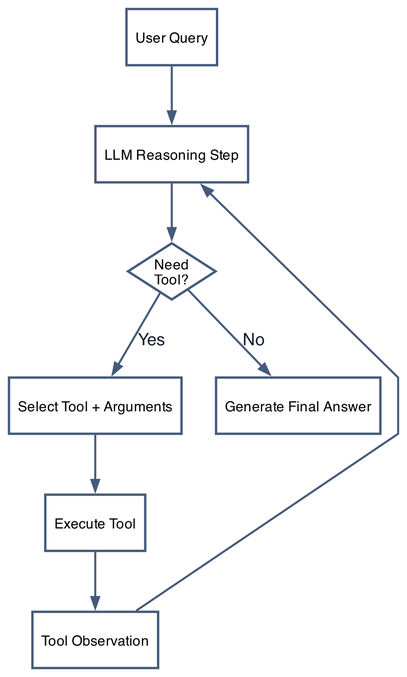
This is assets/diagram_tool_flow.png from quiznat/tot-hf-survey-artifacts, a Graphviz export, as it was before one commit. Its source is kept beside it as assets/diagram_tool_flow.dot.
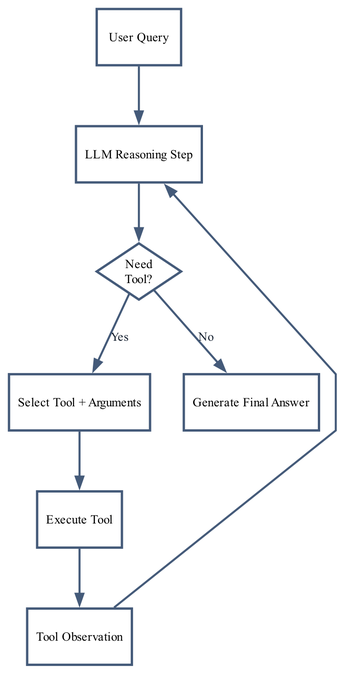
The same diagram one commit later.

Diff of the diagram source:
```diff
@@ -1,11 +1,11 @@
 digraph G {
-  graph [bgcolor="#ffffff", pad="0.06", nodesep="0.34", ranksep="0.50", splines="polyline", fontname="Helvetica", fontcolor="#162130", margin="0.02", rankdir="TB", ranksep="0.52", nodesep="0.30"];
-  node [shape="box", style="filled", fillcolor="#ffffff", color="#445a79", penwidth="1.5", fontname="Helvetica", fontsize="9", margin="0.08,0.06"];
-  edge [color="#445a79", penwidth="1.3", arrowsize="0.70", fontname="Helvetica", fontsize="11", fontcolor="#162130"];
+  graph [bgcolor="#ffffff", pad="0.06", nodesep="0.34", ranksep="0.50", splines="polyline", fontname="Times-Roman", fontcolor="#162130", margin="0.02", rankdir="TB", ranksep="0.52", nodesep="0.30"];
+  node [shape="box", style="filled", fillcolor="#ffffff", color="#445a79", penwidth="1.5", fontname="Times-Roman", fontsize="8", margin="0.08,0.06"];
+  edge [color="#445a79", penwidth="1.3", arrowsize="0.70", fontname="Times-Roman", fontsize="8", fontcolor="#162130"];
 
   query [label="User Query"];
   reason [label="LLM Reasoning Step"];
-  need [shape="diamond", style="filled", fillcolor="#ffffff", color="#445a79", penwidth="1.5", fontname="Helvetica", fontsize="9", margin="0.04,0.04", label="Need\nTool?"];
+  need [shape="diamond", style="filled", fillcolor="#ffffff", color="#445a79", penwidth="1.5", fontname="Times-Roman", fontsize="8", margin="0.04,0.04", label="Need\nTool?"];
   select [label="Select Tool + Arguments"];
   execute [label="Execute Tool"];
   observe [label="Tool Observation"];
```
